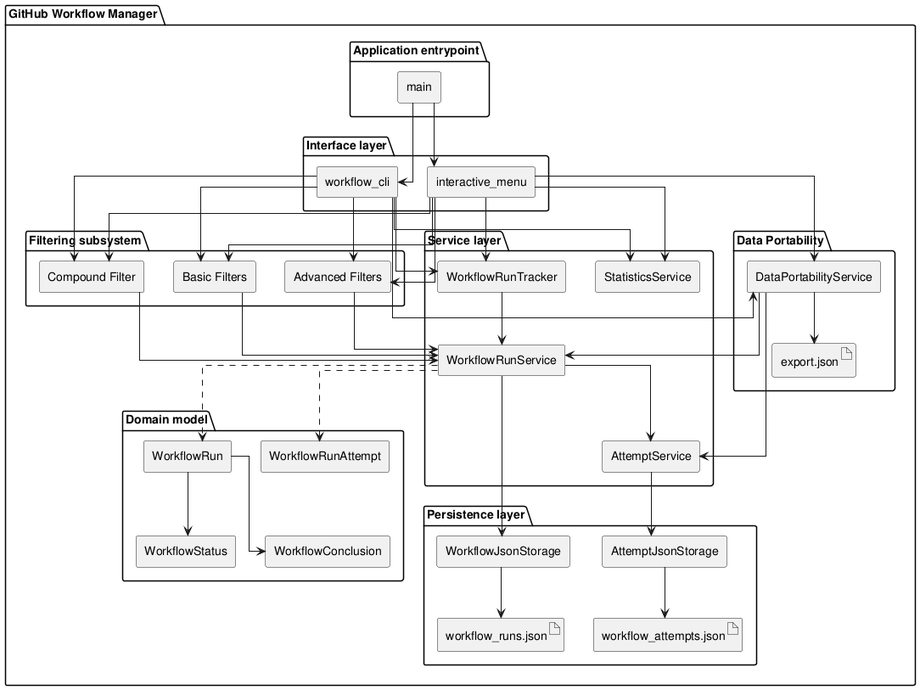
The PlantUML diagram experiments/supervisor_as_tools/structured_text/github-workflow-manager/artifacts/component_diagram.png in DanielRiha8906/Software_autoevolution_using_agents, before a commit.
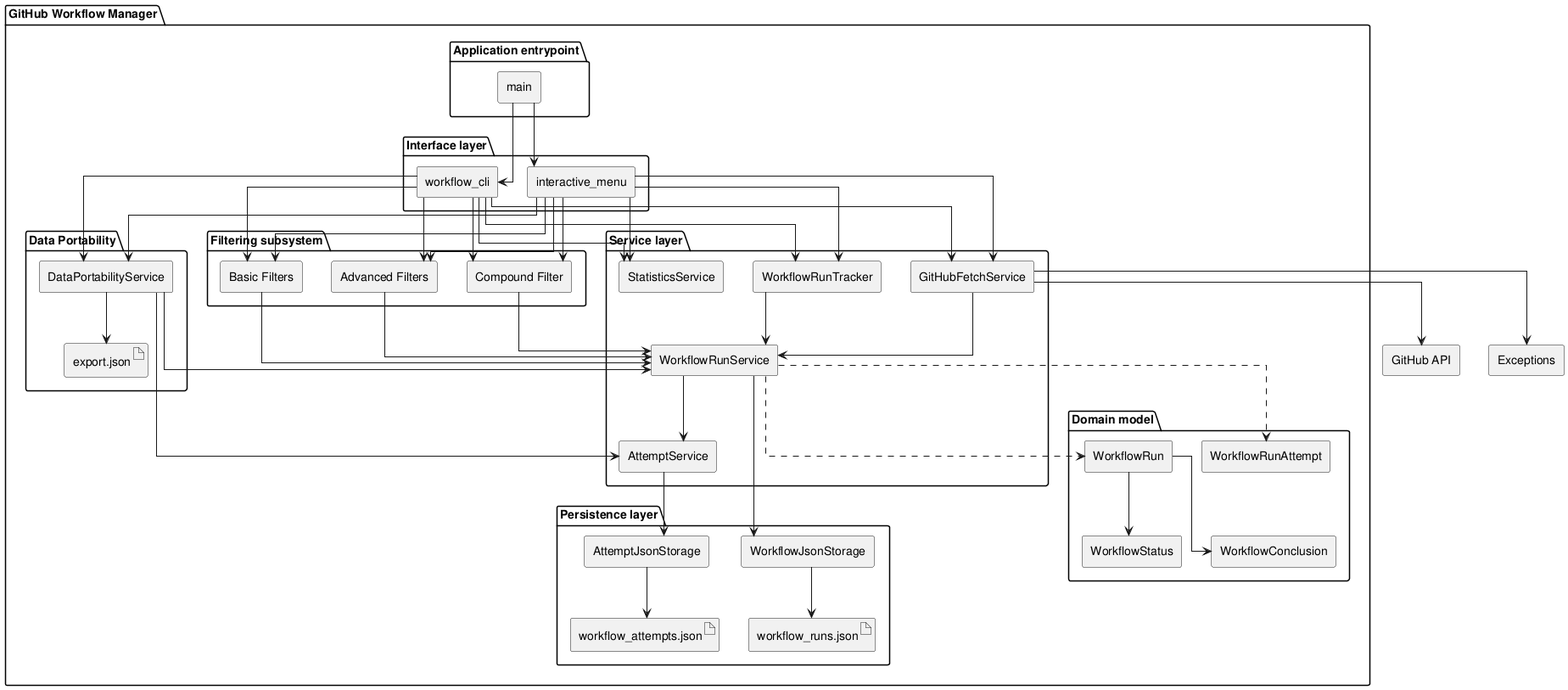
Above is the later version.

What changed in the source:
```diff
@@ -26,6 +26,7 @@
     component "WorkflowRunService" as SVC
     component "AttemptService" as ATTEMPT_SVC
     component "StatisticsService" as STATS_SVC
+    component "GitHubFetchService" as GH_SVC
   }
 
   package "Data Portability" {
@@ -47,6 +48,9 @@
     component "WorkflowRunAttempt" as ATTEMPT
   }
 }
+
+component "GitHub API" as GH_API
+component "Exceptions" as EXC
 
 MAIN --> CLI
 MAIN --> IM
@@ -70,6 +74,12 @@
 CLI --> PORTABILITY
 IM --> PORTABILITY
 
+CLI --> GH_SVC
+IM --> GH_SVC
+GH_SVC --> GH_API
+GH_SVC --> EXC
+GH_SVC --> SVC
+
 TRACKER --> SVC
 SVC --> STOR
 SVC --> ATTEMPT_SVC
```
